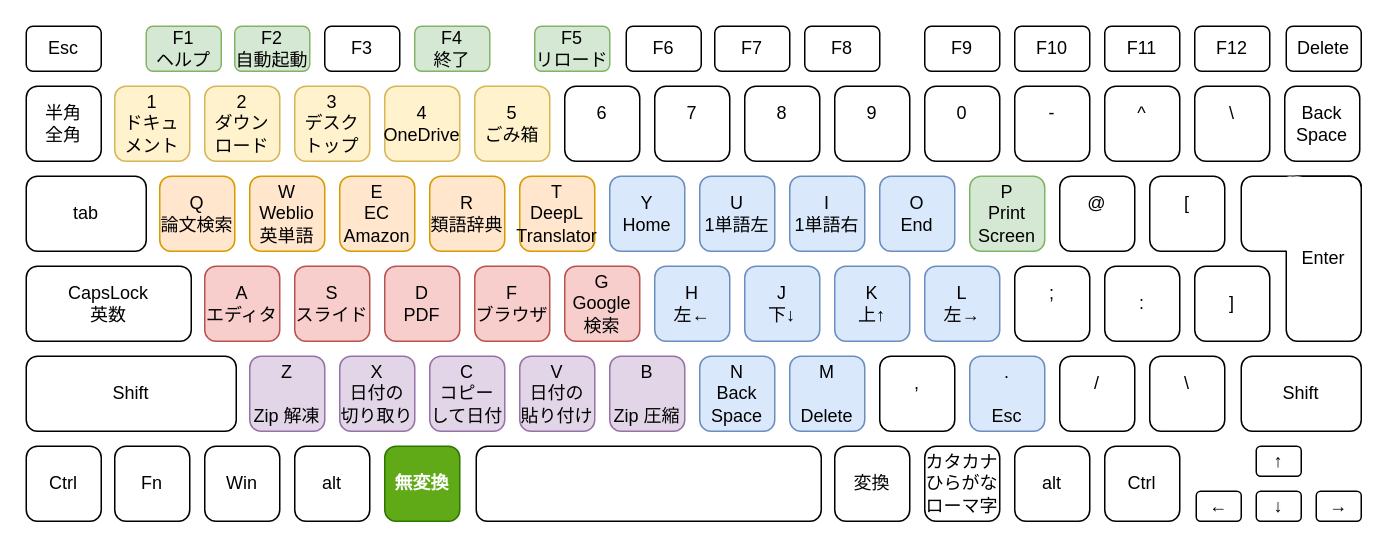
This is AutoHotKey/Img/keyboard.drawio from kimushun1101/muhenkan-switch, a draw.io file, before an edit. Source tidied: cells renumbered, new cells numbered last; positions are measured from the earlier drawing's top-left corner, leaving out a move shared by most shapes. Both pictures are drawn from the tidied source at 150%, with x=0, y=0 at pixel (26, 26).
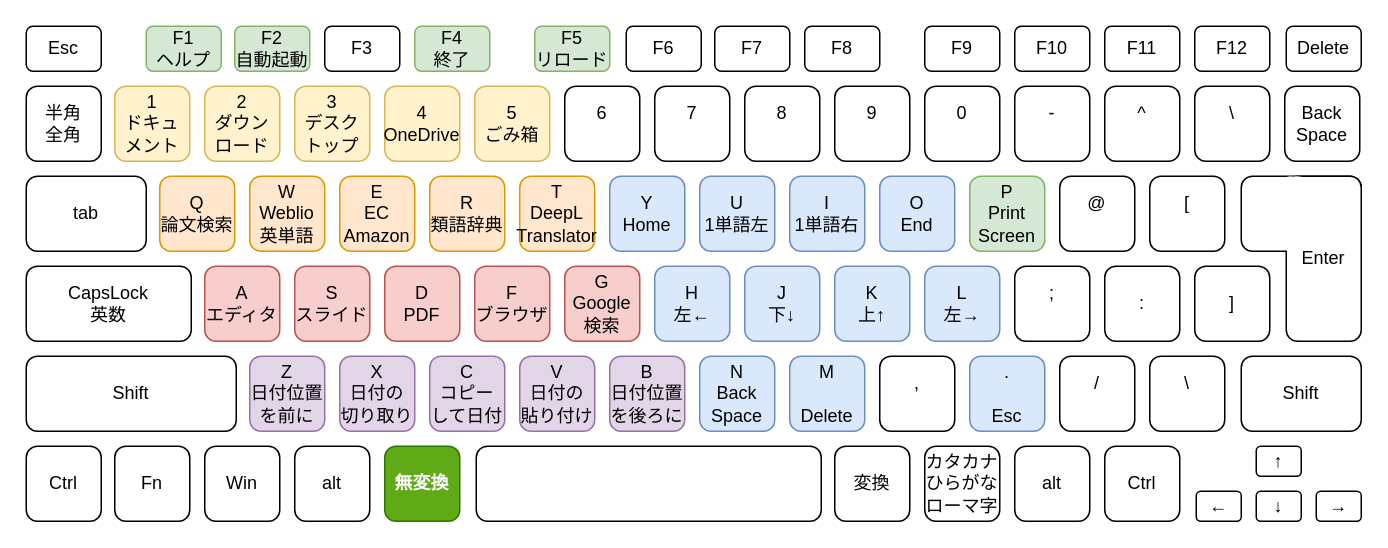
Above is the later version.

Change to the diagram source:
```diff
@@
-    <mxCell id="6" value="Z&lt;br&gt;&lt;br&gt;Zip 解凍" style="rounded=1;whiteSpace=wrap;html=1;fillColor=#e1d5e7;strokeColor=#9673a6;" parent="1" vertex="1">
+    <mxCell id="6" value="Z&lt;br&gt;日付位置を前に" style="rounded=1;whiteSpace=wrap;html=1;fillColor=#e1d5e7;strokeColor=#9673a6;" parent="1" vertex="1">
       <mxGeometry x="149" y="220" width="50" height="50" as="geometry" />
     </mxCell>
@@
-    <mxCell id="40" value="B&lt;br&gt;&lt;br&gt;Zip 圧縮" style="rounded=1;whiteSpace=wrap;html=1;fillColor=#e1d5e7;strokeColor=#9673a6;" parent="1" vertex="1">
+    <mxCell id="40" value="B&lt;br&gt;日付位置を後ろに" style="rounded=1;whiteSpace=wrap;html=1;fillColor=#e1d5e7;strokeColor=#9673a6;" parent="1" vertex="1">
       <mxGeometry x="389" y="220" width="50" height="50" as="geometry" />
     </mxCell>
```
